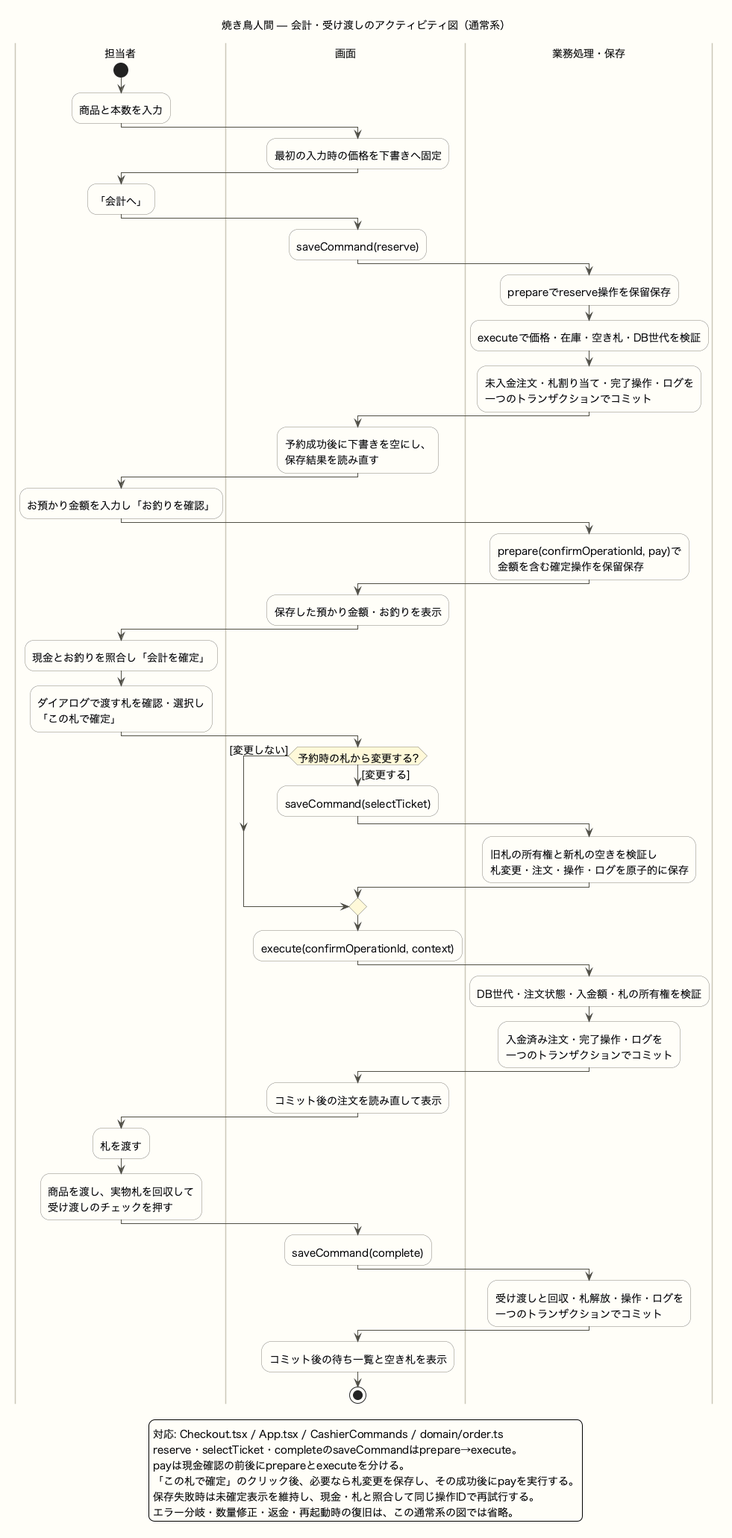
This is docs/images/checkout.png from 97kuek/yakitoriningen, a PlantUML export, as it was before one commit.
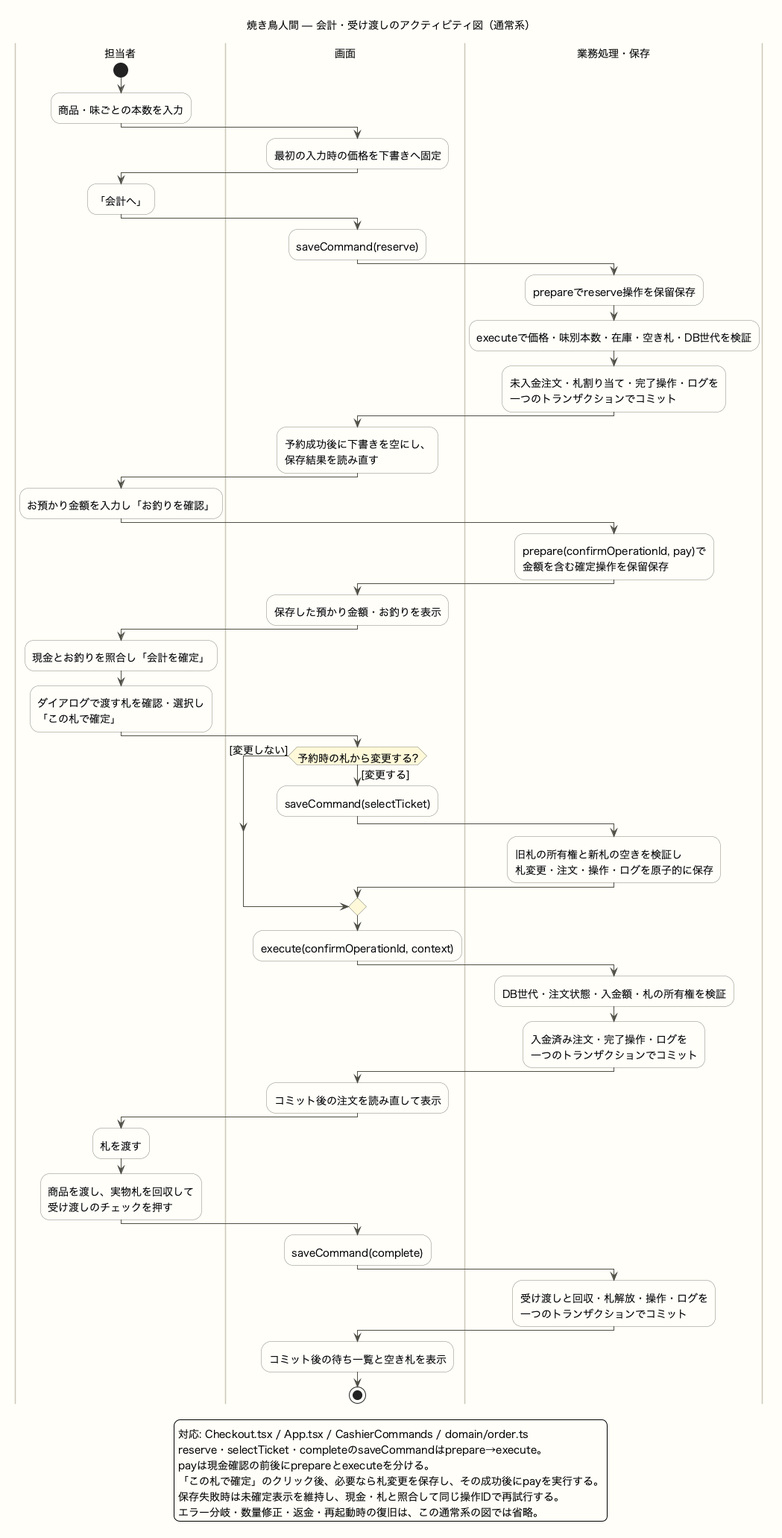
Later version of the same file.

The edit, as a diff of the source:
```diff
@@ -12,7 +12,7 @@
 title 焼き鳥人間 — 会計・受け渡しのアクティビティ図（通常系）
 |担当者|
 start
-:商品と本数を入力;
+:商品・味ごとの本数を入力;
 |画面|
 :最初の入力時の価格を下書きへ固定;
 |担当者|
@@ -21,7 +21,7 @@
 :saveCommand(reserve);
 |業務処理・保存|
 :prepareでreserve操作を保留保存;
-:executeで価格・在庫・空き札・DB世代を検証;
+:executeで価格・味別本数・在庫・空き札・DB世代を検証;
 :未入金注文・札割り当て・完了操作・ログを\n一つのトランザクションでコミット;
 |画面|
 :予約成功後に下書きを空にし、
```
